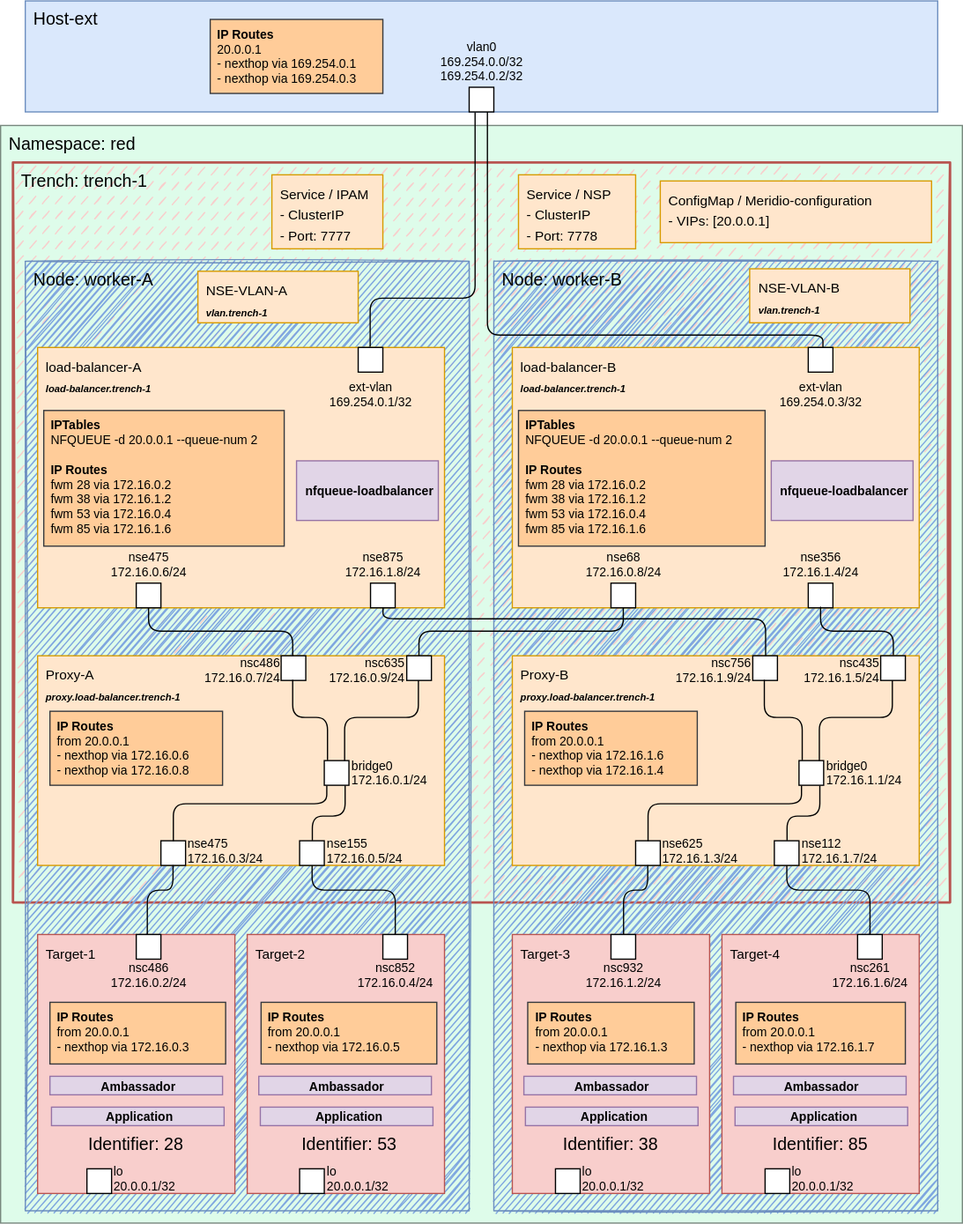
The draw.io diagram docs/resources/Overview.svg in Nordix/Meridio, before a commit. Source tidied: cells renumbered, new cells last; positions are measured from the earlier drawing's top-left corner, leaving out a move shared by most shapes.
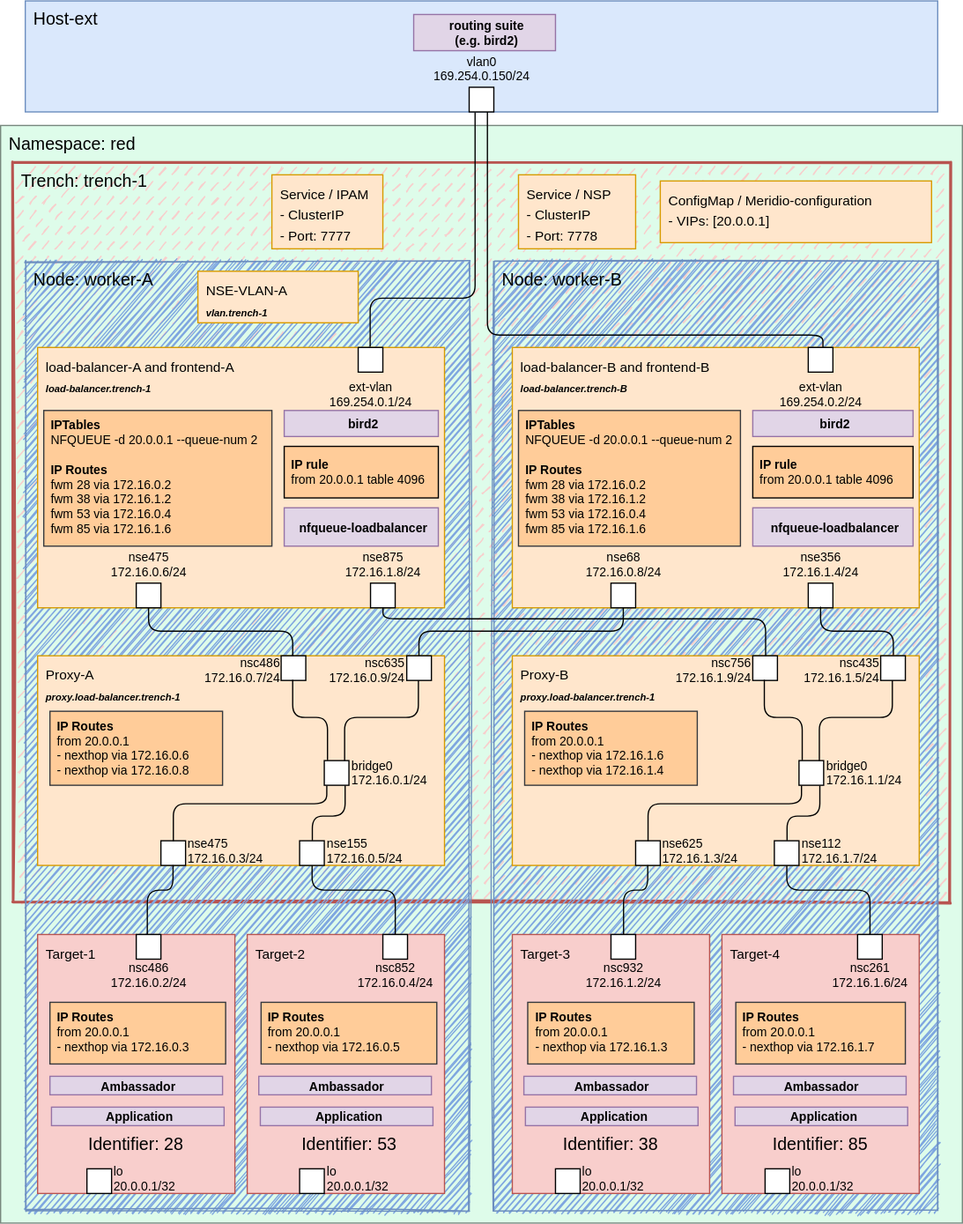
Later version of the same file.

Change to the diagram source:
```diff
@@ -14,13 +14,13 @@
     <mxCell id="5" value="Node: worker-A" style="rounded=0;whiteSpace=wrap;html=1;labelBackgroundColor=none;fontSize=14;align=left;strokeColor=#6c8ebf;verticalAlign=top;spacingLeft=5;sketch=1;fillStyle=hachure;fillColor=#7EA6E0;" parent="1" vertex="1">
       <mxGeometry x="20" y="211" width="360" height="770" as="geometry" />
     </mxCell>
-    <mxCell id="6" value="&lt;font&gt;&lt;span style=&quot;font-size: 11px&quot;&gt;load-balancer-A&lt;/span&gt;&lt;br&gt;&lt;i style=&quot;font-size: x-small&quot;&gt;&lt;b style=&quot;font-size: 8px&quot;&gt;load-balancer.trench-1&lt;/b&gt;&lt;/i&gt;&lt;br&gt;&lt;/font&gt;" style="rounded=0;whiteSpace=wrap;html=1;labelBackgroundColor=none;fontSize=14;align=left;fillColor=#ffe6cc;strokeColor=#d79b00;verticalAlign=top;spacingLeft=5;" parent="1" vertex="1">
+    <mxCell id="6" value="&lt;font&gt;&lt;span style=&quot;font-size: 11px&quot;&gt;load-balancer-A and frontend-A&lt;/span&gt;&lt;br&gt;&lt;i style=&quot;font-size: x-small&quot;&gt;&lt;b style=&quot;font-size: 8px&quot;&gt;load-balancer.trench-1&lt;/b&gt;&lt;/i&gt;&lt;br&gt;&lt;/font&gt;" style="rounded=0;whiteSpace=wrap;html=1;labelBackgroundColor=none;fontSize=14;align=left;fillColor=#ffe6cc;strokeColor=#d79b00;verticalAlign=top;spacingLeft=5;" parent="1" vertex="1">
       <mxGeometry x="30" y="281" width="330" height="211.1" as="geometry" />
     </mxCell>
     <mxCell id="7" value="&lt;span&gt;&lt;b&gt;IPTables&lt;/b&gt;&lt;/span&gt;&lt;br style=&quot;padding: 0px ; margin: 0px&quot;&gt;&lt;span&gt;NFQUEUE -d 20.0.0.1 --queue-num 2&lt;/span&gt;&lt;br style=&quot;padding: 0px ; margin: 0px&quot;&gt;&lt;br style=&quot;padding: 0px ; margin: 0px&quot;&gt;&lt;span&gt;&lt;b&gt;IP Routes&lt;/b&gt;&lt;/span&gt;&lt;br style=&quot;padding: 0px ; margin: 0px&quot;&gt;&lt;span&gt;fwm 28 via 172.16.0.2&lt;/span&gt;&lt;br&gt;&lt;span&gt;fwm 38 via 172.16.1.2&lt;/span&gt;&lt;br&gt;&lt;span&gt;fwm 53 via 172.16.0.4&lt;/span&gt;&lt;br&gt;&lt;span&gt;fwm 85 via 172.16.1.6&lt;/span&gt;" style="rounded=0;whiteSpace=wrap;html=1;labelBackgroundColor=none;fontSize=10;align=left;spacingLeft=4;labelPosition=center;verticalLabelPosition=middle;verticalAlign=top;fillColor=#ffcc99;strokeColor=#36393d;" parent="1" vertex="1">
-      <mxGeometry x="35" y="332.1" width="195" height="110" as="geometry" />
+      <mxGeometry x="35" y="332.1" width="185" height="110" as="geometry" />
     </mxCell>
-    <mxCell id="8" value="ext-vlan&lt;br&gt;169.254.0.1/32" style="strokeColor=inherit;fillColor=inherit;gradientColor=inherit;shape=rect;points=[[0,0.5,0]];html=1;align=center;verticalAlign=top;labelPosition=center;verticalLabelPosition=bottom;labelBackgroundColor=none;fontSize=10;paart=1;" parent="1" vertex="1">
+    <mxCell id="8" value="ext-vlan&lt;br&gt;169.254.0.1/24" style="strokeColor=inherit;fillColor=inherit;gradientColor=inherit;shape=rect;points=[[0,0.5,0]];html=1;align=center;verticalAlign=top;labelPosition=center;verticalLabelPosition=bottom;labelBackgroundColor=none;fontSize=10;paart=1;" parent="1" vertex="1">
       <mxGeometry x="290" y="281" width="20" height="20" as="geometry" />
     </mxCell>
     <mxCell id="9" value="nse875&lt;br&gt;172.16.1.8/24" style="strokeColor=inherit;fillColor=inherit;gradientColor=inherit;shape=rect;points=[[0,0.5,0]];html=1;align=center;verticalAlign=bottom;labelPosition=center;verticalLabelPosition=top;labelBackgroundColor=none;fontSize=10;paart=1;direction=south;" parent="1" vertex="1">
@@ -290,13 +290,13 @@
     <mxCell id="77" style="html=1;align=right;verticalAlign=top;labelBackgroundColor=none;fontSize=10;" parent="75" vertex="1">
       <mxGeometry x="1" relative="1" as="geometry" />
     </mxCell>
-    <mxCell id="78" value="&lt;font&gt;&lt;span style=&quot;font-size: 11px&quot;&gt;load-balancer-B&lt;/span&gt;&lt;br&gt;&lt;i style=&quot;font-size: x-small&quot;&gt;&lt;b style=&quot;font-size: 8px&quot;&gt;load-balancer.trench-1&lt;/b&gt;&lt;/i&gt;&lt;br&gt;&lt;/font&gt;" style="rounded=0;whiteSpace=wrap;html=1;labelBackgroundColor=none;fontSize=14;align=left;fillColor=#ffe6cc;strokeColor=#d79b00;verticalAlign=top;spacingLeft=5;" parent="1" vertex="1">
+    <mxCell id="78" value="&lt;font&gt;&lt;span style=&quot;font-size: 11px&quot;&gt;load-balancer-B and frontend-B&lt;/span&gt;&lt;br&gt;&lt;i style=&quot;font-size: x-small&quot;&gt;&lt;b style=&quot;font-size: 8px&quot;&gt;load-balancer.trench-B&lt;/b&gt;&lt;/i&gt;&lt;/font&gt;" style="rounded=0;whiteSpace=wrap;html=1;labelBackgroundColor=none;fontSize=14;align=left;fillColor=#ffe6cc;strokeColor=#d79b00;verticalAlign=top;spacingLeft=5;" parent="1" vertex="1">
       <mxGeometry x="415" y="281" width="330" height="211.1" as="geometry" />
     </mxCell>
     <mxCell id="79" value="&lt;span&gt;&lt;b&gt;IPTables&lt;/b&gt;&lt;/span&gt;&lt;br style=&quot;padding: 0px ; margin: 0px&quot;&gt;&lt;span&gt;NFQUEUE -d 20.0.0.1 --queue-num 2&lt;/span&gt;&lt;br style=&quot;padding: 0px ; margin: 0px&quot;&gt;&lt;br style=&quot;padding: 0px ; margin: 0px&quot;&gt;&lt;span&gt;&lt;b&gt;IP Routes&lt;/b&gt;&lt;/span&gt;&lt;br style=&quot;padding: 0px ; margin: 0px&quot;&gt;&lt;span&gt;fwm 28 via 172.16.0.2&lt;/span&gt;&lt;br&gt;&lt;span&gt;fwm 38 via 172.16.1.2&lt;/span&gt;&lt;br&gt;&lt;span&gt;fwm 53 via 172.16.0.4&lt;/span&gt;&lt;br&gt;&lt;span&gt;fwm 85 via 172.16.1.6&lt;/span&gt;" style="rounded=0;whiteSpace=wrap;html=1;labelBackgroundColor=none;fontSize=10;align=left;spacingLeft=4;labelPosition=center;verticalLabelPosition=middle;verticalAlign=top;fillColor=#ffcc99;strokeColor=#36393d;" parent="1" vertex="1">
-      <mxGeometry x="420" y="332.1" width="200" height="110" as="geometry" />
+      <mxGeometry x="420" y="332.1" width="180" height="110" as="geometry" />
     </mxCell>
-    <mxCell id="80" value="ext-vlan&lt;br&gt;169.254.0.3/32" style="strokeColor=inherit;fillColor=inherit;gradientColor=inherit;shape=rect;points=[[0,0.5,0]];html=1;align=center;verticalAlign=top;labelPosition=center;verticalLabelPosition=bottom;labelBackgroundColor=none;fontSize=10;paart=1;" parent="1" vertex="1">
+    <mxCell id="80" value="ext-vlan&lt;br&gt;169.254.0.2/24" style="strokeColor=inherit;fillColor=inherit;gradientColor=inherit;shape=rect;points=[[0,0.5,0]];html=1;align=center;verticalAlign=top;labelPosition=center;verticalLabelPosition=bottom;labelBackgroundColor=none;fontSize=10;paart=1;" parent="1" vertex="1">
       <mxGeometry x="655" y="281" width="20" height="20" as="geometry" />
     </mxCell>
     <mxCell id="81" value="nse356&lt;br&gt;172.16.1.4/24" style="strokeColor=inherit;fillColor=inherit;gradientColor=inherit;shape=rect;points=[[0,0.5,0]];html=1;align=center;verticalAlign=bottom;labelPosition=center;verticalLabelPosition=top;labelBackgroundColor=none;fontSize=10;paart=1;direction=south;" parent="1" vertex="1">
@@ -361,12 +361,9 @@
     <mxCell id="94" style="html=1;align=right;verticalAlign=top;labelBackgroundColor=none;fontSize=10;" parent="92" vertex="1">
       <mxGeometry x="1" relative="1" as="geometry" />
     </mxCell>
-    <mxCell id="95" value="vlan0&lt;br&gt;169.254.0.0/32&lt;br&gt;169.254.0.2/32" style="strokeColor=inherit;fillColor=inherit;gradientColor=inherit;shape=rect;points=[[0,0.5,0]];html=1;align=center;verticalAlign=bottom;labelPosition=center;verticalLabelPosition=top;labelBackgroundColor=none;fontSize=10;paart=1;direction=south;" parent="1" vertex="1">
+    <mxCell id="95" value="vlan0&lt;br&gt;169.254.0.150/24" style="strokeColor=inherit;fillColor=inherit;gradientColor=inherit;shape=rect;points=[[0,0.5,0]];html=1;align=center;verticalAlign=bottom;labelPosition=center;verticalLabelPosition=top;labelBackgroundColor=none;fontSize=10;paart=1;direction=south;" parent="1" vertex="1">
       <mxGeometry x="380" y="70" width="20" height="20" as="geometry" />
     </mxCell>
-    <mxCell id="96" value="&lt;span&gt;&lt;b&gt;IP Routes&lt;/b&gt;&lt;/span&gt;&lt;br style=&quot;padding: 0px ; margin: 0px&quot;&gt;20.0.0.1&lt;br&gt;- nexthop via 169.254.0.1&lt;br&gt;- nexthop via 169.254.0.3" style="rounded=0;whiteSpace=wrap;html=1;labelBackgroundColor=none;fontSize=10;align=left;spacingLeft=4;labelPosition=center;verticalLabelPosition=middle;verticalAlign=top;fillColor=#ffcc99;strokeColor=#36393d;" parent="1" vertex="1">
-      <mxGeometry x="170" y="15" width="140" height="60" as="geometry" />
-    </mxCell>
     <mxCell id="97" style="verticalAlign=bottom;html=1;endArrow=none;startArrow=none;startSize=14;startFill=0;edgeStyle=orthogonalEdgeStyle;fontSize=19;entryX=1.02;entryY=0.76;entryDx=0;entryDy=0;entryPerimeter=0;exitX=0.485;exitY=-0.03;exitDx=0;exitDy=0;exitPerimeter=0;" parent="1" edge="1" source="8" target="95">
       <mxGeometry relative="1" as="geometry">
         <Array as="points">
@@ -396,10 +393,10 @@
       <mxGeometry x="1" relative="1" as="geometry" />
     </mxCell>
     <mxCell id="103" value="&lt;b&gt;nfqueue-loadbalancer&lt;/b&gt;" style="rounded=0;whiteSpace=wrap;html=1;labelBackgroundColor=none;fontSize=10;align=center;spacingLeft=4;labelPosition=center;verticalLabelPosition=middle;verticalAlign=middle;fillColor=#e1d5e7;strokeColor=#9673a6;" parent="1" vertex="1">
-      <mxGeometry x="625" y="372.9" width="115" height="48.4" as="geometry" />
+      <mxGeometry x="610" y="411" width="130" height="31.1" as="geometry" />
     </mxCell>
     <mxCell id="104" value="&lt;b&gt;nfqueue-loadbalancer&lt;/b&gt;" style="rounded=0;whiteSpace=wrap;html=1;labelBackgroundColor=none;fontSize=10;align=center;spacingLeft=4;labelPosition=center;verticalLabelPosition=middle;verticalAlign=middle;fillColor=#e1d5e7;strokeColor=#9673a6;" parent="1" vertex="1">
-      <mxGeometry x="240" y="372.9" width="115" height="48.4" as="geometry" />
+      <mxGeometry x="230" y="411" width="125" height="31.1" as="geometry" />
     </mxCell>
     <mxCell id="105" value="lo&lt;br&gt;20.0.0.1/32" style="strokeColor=inherit;fillColor=inherit;gradientColor=inherit;shape=rect;html=1;align=left;verticalAlign=middle;labelPosition=right;verticalLabelPosition=middle;labelBackgroundColor=none;fontSize=10;paart=1;direction=west;spacingBottom=5;" parent="1" vertex="1">
       <mxGeometry x="620" y="947" width="20" height="20" as="geometry" />
@@ -425,9 +422,6 @@
     <mxCell id="112" value="&lt;font style=&quot;font-size: 11px&quot;&gt;ConfigMap / Meridio-configuration&lt;br&gt;- VIPs: [20.0.0.1]&lt;br&gt;&lt;/font&gt;" style="rounded=0;whiteSpace=wrap;html=1;labelBackgroundColor=none;fontSize=14;align=left;fillColor=#ffe6cc;strokeColor=#d79b00;verticalAlign=top;spacingLeft=5;" parent="1" vertex="1">
       <mxGeometry x="535" y="146" width="220" height="50" as="geometry" />
     </mxCell>
-    <mxCell id="113" value="&lt;font&gt;&lt;span style=&quot;font-size: 11px&quot;&gt;NSE-VLAN-B&lt;/span&gt;&lt;br&gt;&lt;i style=&quot;font-size: x-small&quot;&gt;&lt;b style=&quot;font-size: 8px&quot;&gt;vlan.trench-1&lt;/b&gt;&lt;/i&gt;&lt;br&gt;&lt;/font&gt;" style="rounded=0;whiteSpace=wrap;html=1;labelBackgroundColor=none;fontSize=14;align=left;fillColor=#ffe6cc;strokeColor=#d79b00;verticalAlign=top;spacingLeft=5;" parent="1" vertex="1">
-      <mxGeometry x="607.5" y="217.2" width="130" height="43.8" as="geometry" />
-    </mxCell>
     <mxCell id="114" value="&lt;b&gt;Ambassador&lt;/b&gt;" style="rounded=0;whiteSpace=wrap;html=1;labelBackgroundColor=none;fontSize=10;align=center;spacingLeft=4;labelPosition=center;verticalLabelPosition=middle;verticalAlign=middle;fillColor=#e1d5e7;strokeColor=#9673a6;" parent="1" vertex="1">
       <mxGeometry x="40" y="872" width="140" height="15" as="geometry" />
     </mxCell>
@@ -452,5 +446,20 @@
     <mxCell id="121" value="&lt;b&gt;Application&lt;/b&gt;" style="rounded=0;whiteSpace=wrap;html=1;labelBackgroundColor=none;fontSize=10;align=center;spacingLeft=4;labelPosition=center;verticalLabelPosition=middle;verticalAlign=middle;fillColor=#e1d5e7;strokeColor=#9673a6;" parent="1" vertex="1">
       <mxGeometry x="595.6" y="897" width="140" height="15" as="geometry" />
     </mxCell>
+    <mxCell id="122" value="&lt;div&gt;&lt;b&gt;IP rule&lt;/b&gt;&lt;/div&gt;&lt;div&gt;from 20.0.0.1 table 4096&lt;br&gt;&lt;/div&gt;" style="rounded=0;whiteSpace=wrap;html=1;labelBackgroundColor=none;fontSize=10;align=left;spacingLeft=4;labelPosition=center;verticalLabelPosition=middle;verticalAlign=middle;fillColor=#FFCC99;" parent="1" vertex="1">
+      <mxGeometry x="230" y="361.2" width="125" height="41.8" as="geometry" />
+    </mxCell>
+    <mxCell id="123" value="&lt;b&gt;bird2&lt;/b&gt;" style="rounded=0;whiteSpace=wrap;html=1;labelBackgroundColor=none;fontSize=10;align=center;spacingLeft=4;labelPosition=center;verticalLabelPosition=middle;verticalAlign=middle;fillColor=#e1d5e7;strokeColor=#9673a6;" parent="1" vertex="1">
+      <mxGeometry x="230" y="332.1" width="125" height="21.1" as="geometry" />
+    </mxCell>
+    <mxCell id="124" value="&lt;div&gt;&lt;b&gt;IP rule&lt;/b&gt;&lt;/div&gt;&lt;div&gt;from 20.0.0.1 table 4096&lt;br&gt;&lt;/div&gt;" style="rounded=0;whiteSpace=wrap;html=1;labelBackgroundColor=none;fontSize=10;align=left;spacingLeft=4;labelPosition=center;verticalLabelPosition=middle;verticalAlign=middle;fillColor=#FFCC99;" parent="1" vertex="1">
+      <mxGeometry x="610" y="361.2" width="130" height="41.8" as="geometry" />
+    </mxCell>
+    <mxCell id="125" value="&lt;b&gt;bird2&lt;/b&gt;" style="rounded=0;whiteSpace=wrap;html=1;labelBackgroundColor=none;fontSize=10;align=center;spacingLeft=4;labelPosition=center;verticalLabelPosition=middle;verticalAlign=middle;fillColor=#e1d5e7;strokeColor=#9673a6;" parent="1" vertex="1">
+      <mxGeometry x="610" y="332.1" width="130" height="21.1" as="geometry" />
+    </mxCell>
+    <mxCell id="126" value="&lt;div&gt;&lt;b&gt;routing suite&lt;/b&gt;&lt;/div&gt;&lt;div&gt;&lt;b&gt;(e.g. bird2)&lt;/b&gt;&lt;/div&gt;" style="rounded=0;whiteSpace=wrap;html=1;labelBackgroundColor=none;fontSize=10;align=center;spacingLeft=4;labelPosition=center;verticalLabelPosition=middle;verticalAlign=middle;fillColor=#e1d5e7;strokeColor=#9673a6;" parent="1" vertex="1">
+      <mxGeometry x="335" y="11" width="115" height="29.4" as="geometry" />
+    </mxCell>
   </root>
 </mxGraphModel>
```
